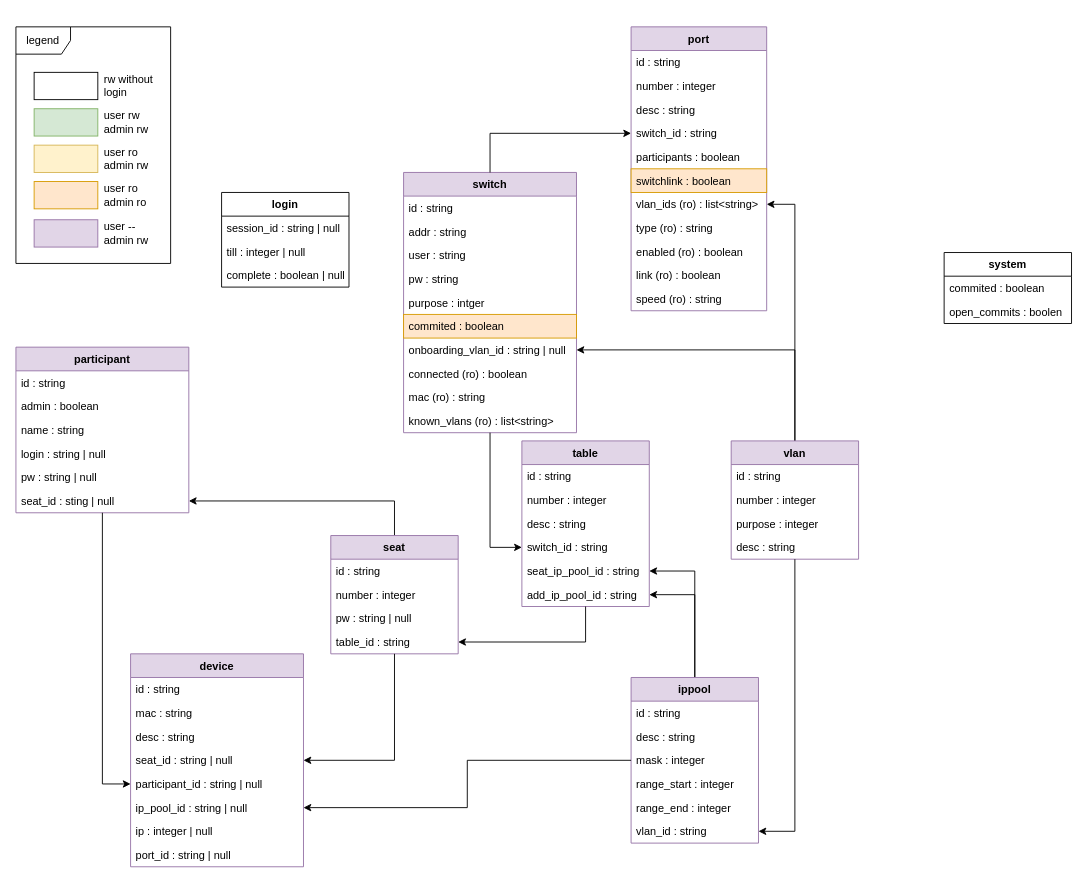
Earlier version of the draw.io diagram docs/api.drawio (nils-ost/LanPartyOnboardingSystem). Source tidied: cells renumbered, new cells numbered last; positions are measured from the earlier drawing's top-left corner, leaving out a move shared by most shapes. Both pictures are drawn from the tidied source at 91%, with x=0, y=0 at pixel (15, 26).
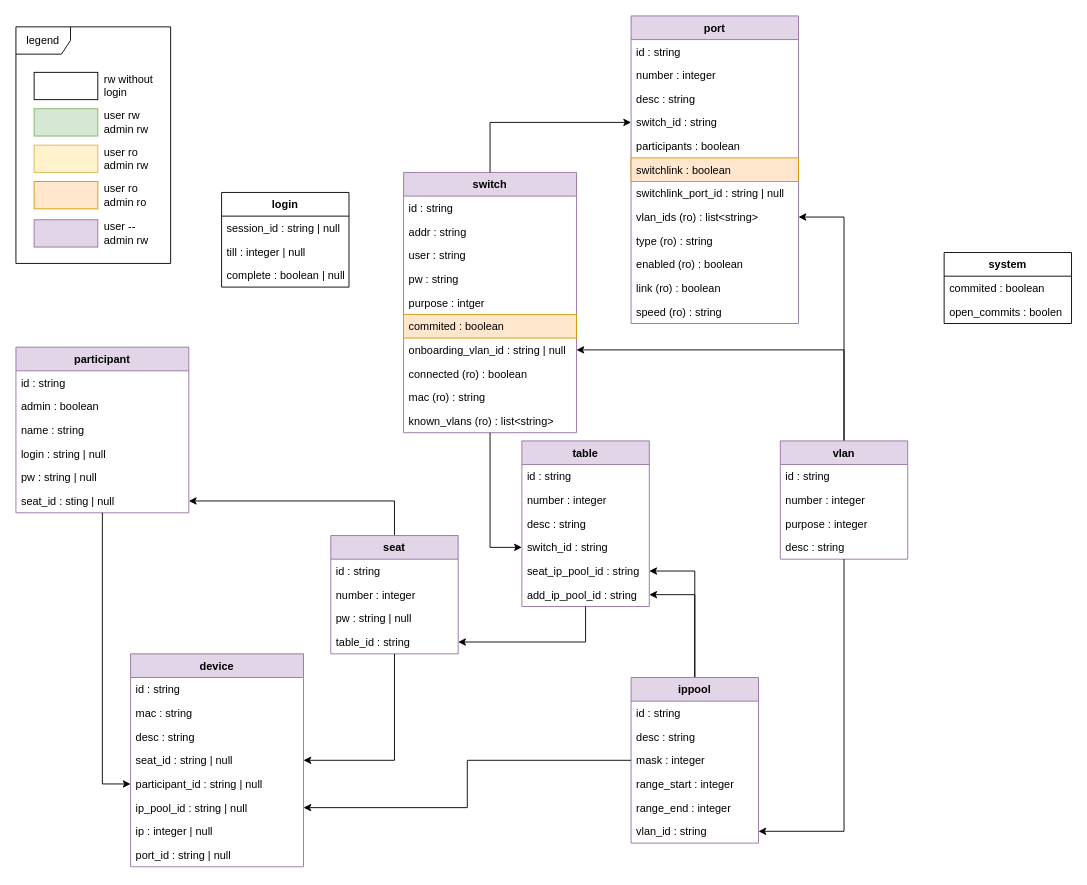
The same diagram, later.

Commit message (it also covers changes not shown here):
added switchlink_port_id to Port to allow the definition of which switch is linkt to switch other

Change to the diagram source:
```diff
@@
     <mxCell id="8" value="vlan" style="swimlane;fontStyle=1;horizontal=1;startSize=26;fillColor=#e1d5e7;strokeColor=#9673a6;" parent="1" vertex="1">
-      <mxGeometry x="786" y="455" width="140" height="130" as="geometry" />
+      <mxGeometry x="840" y="455" width="140" height="130" as="geometry" />
     </mxCell>
@@
     <mxCell id="68" value="port" style="swimlane;fontStyle=1;horizontal=1;startSize=26;fillColor=#e1d5e7;strokeColor=#9673a6;" parent="1" vertex="1">
-      <mxGeometry x="676" width="149" height="312" as="geometry" />
+      <mxGeometry x="676" y="-12" width="184" height="338" as="geometry" />
     </mxCell>
     <mxCell id="69" value="id : string" style="text;strokeColor=none;fillColor=none;align=left;verticalAlign=top;spacingLeft=4;spacingRight=4;overflow=hidden;" parent="68" vertex="1">
-      <mxGeometry y="26" width="149" height="26" as="geometry" />
+      <mxGeometry y="26" width="184" height="26" as="geometry" />
     </mxCell>
     <mxCell id="70" value="number : integer" style="text;strokeColor=none;fillColor=none;align=left;verticalAlign=top;spacingLeft=4;spacingRight=4;overflow=hidden;" parent="68" vertex="1">
-      <mxGeometry y="52" width="149" height="26" as="geometry" />
+      <mxGeometry y="52" width="184" height="26" as="geometry" />
     </mxCell>
     <mxCell id="71" value="desc : string" style="text;strokeColor=none;fillColor=none;align=left;verticalAlign=top;spacingLeft=4;spacingRight=4;overflow=hidden;" parent="68" vertex="1">
-      <mxGeometry y="78" width="149" height="26" as="geometry" />
+      <mxGeometry y="78" width="184" height="26" as="geometry" />
     </mxCell>
     <mxCell id="72" value="switch_id : string" style="text;strokeColor=none;fillColor=none;align=left;verticalAlign=top;spacingLeft=4;spacingRight=4;overflow=hidden;points=[[0,0.5],[1,0.5]];portConstraint=eastwest;" parent="68" vertex="1">
-      <mxGeometry y="104" width="149" height="26" as="geometry" />
+      <mxGeometry y="104" width="184" height="26" as="geometry" />
     </mxCell>
     <mxCell id="73" value="participants : boolean" style="text;strokeColor=none;fillColor=none;align=left;verticalAlign=top;spacingLeft=4;spacingRight=4;overflow=hidden;" parent="68" vertex="1">
-      <mxGeometry y="130" width="149" height="26" as="geometry" />
+      <mxGeometry y="130" width="184" height="26" as="geometry" />
     </mxCell>
     <mxCell id="74" value="switchlink : boolean" style="text;strokeColor=#d79b00;fillColor=#ffe6cc;align=left;verticalAlign=top;spacingLeft=4;spacingRight=4;overflow=hidden;" parent="68" vertex="1">
-      <mxGeometry y="156" width="149" height="26" as="geometry" />
+      <mxGeometry y="156" width="184" height="26" as="geometry" />
     </mxCell>
+    <mxCell id="91" value="switchlink_port_id : string | null" style="text;strokeColor=none;fillColor=none;align=left;verticalAlign=top;spacingLeft=4;spacingRight=4;overflow=hidden;" parent="68" vertex="1">
+      <mxGeometry y="182" width="184" height="26" as="geometry" />
+    </mxCell>
     <mxCell id="75" value="vlan_ids (ro) : list&lt;string&gt;" style="text;strokeColor=none;fillColor=none;align=left;verticalAlign=top;spacingLeft=4;spacingRight=4;overflow=hidden;points=[[0,0.5],[1,0.5]];portConstraint=eastwest;" parent="68" vertex="1">
-      <mxGeometry y="182" width="149" height="26" as="geometry" />
+      <mxGeometry y="208" width="184" height="26" as="geometry" />
     </mxCell>
     <mxCell id="76" value="type (ro) : string" style="text;strokeColor=none;fillColor=none;align=left;verticalAlign=top;spacingLeft=4;spacingRight=4;overflow=hidden;" parent="68" vertex="1">
-      <mxGeometry y="208" width="149" height="26" as="geometry" />
+      <mxGeometry y="234" width="184" height="26" as="geometry" />
     </mxCell>
     <mxCell id="77" value="enabled (ro) : boolean" style="text;strokeColor=none;fillColor=none;align=left;verticalAlign=top;spacingLeft=4;spacingRight=4;overflow=hidden;" parent="68" vertex="1">
-      <mxGeometry y="234" width="149" height="26" as="geometry" />
+      <mxGeometry y="260" width="184" height="26" as="geometry" />
     </mxCell>
     <mxCell id="78" value="link (ro) : boolean" style="text;strokeColor=none;fillColor=none;align=left;verticalAlign=top;spacingLeft=4;spacingRight=4;overflow=hidden;" parent="68" vertex="1">
-      <mxGeometry y="260" width="149" height="26" as="geometry" />
+      <mxGeometry y="286" width="184" height="26" as="geometry" />
     </mxCell>
     <mxCell id="79" value="speed (ro) : string" style="text;strokeColor=none;fillColor=none;align=left;verticalAlign=top;spacingLeft=4;spacingRight=4;overflow=hidden;" parent="68" vertex="1">
-      <mxGeometry y="286" width="149" height="26" as="geometry" />
+      <mxGeometry y="312" width="184" height="26" as="geometry" />
     </mxCell>
```
